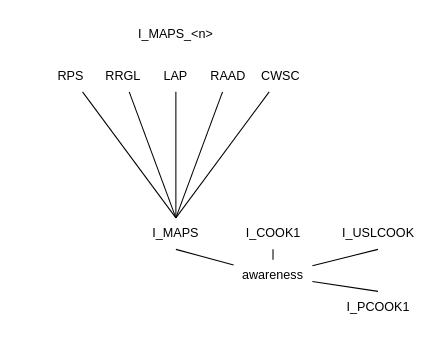
amanfucci/sistemi-informativi keeps this draw.io diagram as figures/isoc_cisci_prv20_indic.drawio. Above is the earlier version. Source tidied: cells renumbered, new cells numbered last; positions are measured from the earlier drawing's top-left corner, leaving out a move shared by most shapes. Both pictures are drawn from the tidied source at 105%, with x=0, y=0 at pixel (49, 18).
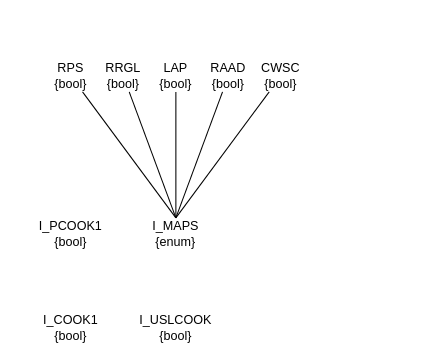
Above is the later version.

The edit, as a diff of the source:
```diff
@@
-    <mxCell id="2" value="I_MAPS" style="text;html=1;whiteSpace=wrap;strokeColor=none;fillColor=none;align=center;verticalAlign=middle;rounded=0;" parent="1" vertex="1">
+    <mxCell id="2" value="I_MAPS&lt;br&gt;{enum}" style="text;html=1;whiteSpace=wrap;strokeColor=none;fillColor=none;align=center;verticalAlign=middle;rounded=0;" parent="1" vertex="1">
       <mxGeometry x="70" y="190" width="100" height="30" as="geometry" />
     </mxCell>
@@
-    <mxCell id="4" style="endArrow=none;html=1;rounded=0;entryX=0.5;entryY=1;entryDx=0;entryDy=0;startArrow=none;startFill=0;endFill=0;endSize=8;startSize=8;" parent="1" edge="1" source="8" target="2">
-      <mxGeometry relative="1" as="geometry" />
-    </mxCell>
-    <mxCell id="5" value="I_MAPS_&amp;lt;n&amp;gt;" style="text;html=1;whiteSpace=wrap;strokeColor=none;fillColor=none;align=center;verticalAlign=middle;rounded=0;" parent="1" vertex="1">
-      <mxGeometry x="90" width="60" height="30" as="geometry" />
-    </mxCell>
-    <mxCell id="6" value="I_COOK1" style="text;html=1;whiteSpace=wrap;strokeColor=none;fillColor=none;align=center;verticalAlign=middle;rounded=0;" parent="1" vertex="1">
-      <mxGeometry x="162.5" y="190" width="100" height="30" as="geometry" />
+    <mxCell id="6" value="I_COOK1&lt;br&gt;{bool}" style="text;html=1;whiteSpace=wrap;strokeColor=none;fillColor=none;align=center;verticalAlign=middle;rounded=0;" parent="1" vertex="1">
+      <mxGeometry x="-30" y="280" width="100" height="30" as="geometry" />
     </mxCell>
-    <mxCell id="7" style="endArrow=none;html=1;rounded=0;entryX=0.5;entryY=1;entryDx=0;entryDy=0;startArrow=none;startFill=0;endFill=0;endSize=8;startSize=8;" parent="1" edge="1" source="8" target="6">
-      <mxGeometry relative="1" as="geometry" />
-    </mxCell>
-    <mxCell id="8" value="awareness" style="text;html=1;whiteSpace=wrap;strokeColor=none;fillColor=none;align=center;verticalAlign=middle;rounded=0;" parent="1" vertex="1">
-      <mxGeometry x="175" y="230" width="75" height="30" as="geometry" />
-    </mxCell>
-    <mxCell id="9" value="RRGL" style="text;html=1;whiteSpace=wrap;strokeColor=none;fillColor=none;align=center;verticalAlign=middle;rounded=0;" parent="1" vertex="1">
+    <mxCell id="9" value="RRGL&lt;br&gt;{bool}" style="text;html=1;whiteSpace=wrap;strokeColor=none;fillColor=none;align=center;verticalAlign=middle;rounded=0;" parent="1" vertex="1">
       <mxGeometry x="50" y="40" width="40" height="30" as="geometry" />
     </mxCell>
-    <mxCell id="10" value="LAP" style="text;html=1;whiteSpace=wrap;strokeColor=none;fillColor=none;align=center;verticalAlign=middle;rounded=0;" parent="1" vertex="1">
+    <mxCell id="10" value="LAP&lt;br&gt;{bool}" style="text;html=1;whiteSpace=wrap;strokeColor=none;fillColor=none;align=center;verticalAlign=middle;rounded=0;" parent="1" vertex="1">
       <mxGeometry x="100" y="40" width="40" height="30" as="geometry" />
     </mxCell>
-    <mxCell id="11" value="RPS" style="text;html=1;whiteSpace=wrap;strokeColor=none;fillColor=none;align=center;verticalAlign=middle;rounded=0;" parent="1" vertex="1">
+    <mxCell id="11" value="RPS&lt;br&gt;{bool}" style="text;html=1;whiteSpace=wrap;strokeColor=none;fillColor=none;align=center;verticalAlign=middle;rounded=0;" parent="1" vertex="1">
       <mxGeometry y="40" width="40" height="30" as="geometry" />
     </mxCell>
@@
-    <mxCell id="14" value="I_USLCOOK" style="text;html=1;whiteSpace=wrap;strokeColor=none;fillColor=none;align=center;verticalAlign=middle;rounded=0;" parent="1" vertex="1">
-      <mxGeometry x="262.5" y="190" width="100" height="30" as="geometry" />
+    <mxCell id="14" value="I_USLCOOK&lt;br&gt;{bool}" style="text;html=1;whiteSpace=wrap;strokeColor=none;fillColor=none;align=center;verticalAlign=middle;rounded=0;" parent="1" vertex="1">
+      <mxGeometry x="70" y="280" width="100" height="30" as="geometry" />
     </mxCell>
-    <mxCell id="15" style="endArrow=none;html=1;rounded=0;startArrow=none;startFill=0;endFill=0;endSize=8;startSize=8;entryX=0.5;entryY=1;entryDx=0;entryDy=0;" parent="1" edge="1" source="8" target="14">
-      <mxGeometry relative="1" as="geometry" />
-    </mxCell>
-    <mxCell id="16" value="I_PCOOK1" style="text;html=1;whiteSpace=wrap;strokeColor=none;fillColor=none;align=center;verticalAlign=middle;rounded=0;" parent="1" vertex="1">
-      <mxGeometry x="262.5" y="260" width="100" height="30" as="geometry" />
+    <mxCell id="16" value="I_PCOOK1&lt;br&gt;{bool}" style="text;html=1;whiteSpace=wrap;strokeColor=none;fillColor=none;align=center;verticalAlign=middle;rounded=0;" parent="1" vertex="1">
+      <mxGeometry x="-30" y="190" width="100" height="30" as="geometry" />
     </mxCell>
-    <mxCell id="17" style="endArrow=none;html=1;rounded=0;startArrow=none;startFill=0;endFill=0;endSize=8;startSize=8;entryX=0.5;entryY=0;entryDx=0;entryDy=0;" parent="1" edge="1" source="8" target="16">
-      <mxGeometry relative="1" as="geometry" />
-    </mxCell>
-    <mxCell id="18" value="CWSC" style="text;html=1;whiteSpace=wrap;strokeColor=none;fillColor=none;align=center;verticalAlign=middle;rounded=0;" parent="1" vertex="1">
+    <mxCell id="18" value="CWSC&lt;br&gt;{bool}" style="text;html=1;whiteSpace=wrap;strokeColor=none;fillColor=none;align=center;verticalAlign=middle;rounded=0;" parent="1" vertex="1">
       <mxGeometry x="200" y="40" width="40" height="30" as="geometry" />
     </mxCell>
-    <mxCell id="19" value="RAAD" style="text;html=1;whiteSpace=wrap;strokeColor=none;fillColor=none;align=center;verticalAlign=middle;rounded=0;" parent="1" vertex="1">
+    <mxCell id="19" value="RAAD&lt;br&gt;{bool}" style="text;html=1;whiteSpace=wrap;strokeColor=none;fillColor=none;align=center;verticalAlign=middle;rounded=0;" parent="1" vertex="1">
       <mxGeometry x="150" y="40" width="40" height="30" as="geometry" />
     </mxCell>
```
